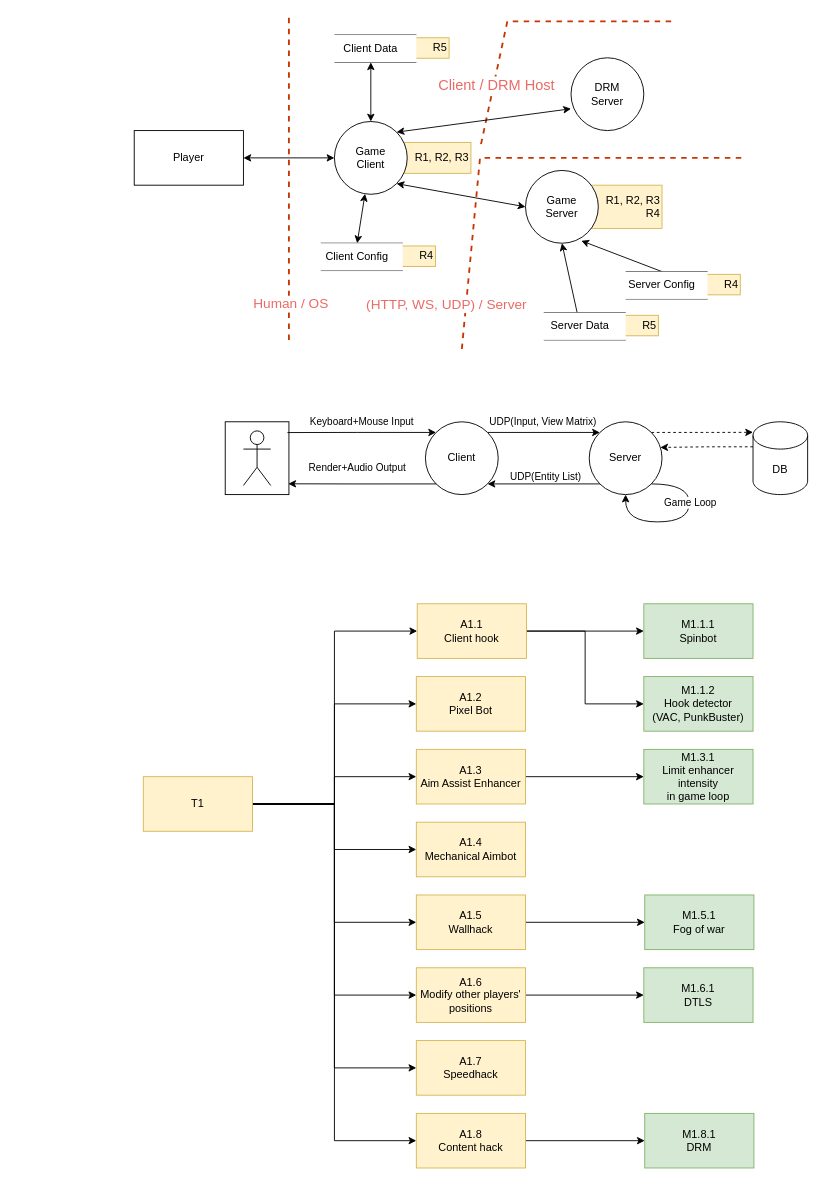
This is fps/diagram.drawio from magley/game-threat-model, a draw.io file, before an edit. Source tidied: cells renumbered, new cells numbered last; positions are measured from the earlier drawing's top-left corner, leaving out a move shared by most shapes. Both pictures are drawn from the tidied source at 91%, with x=0, y=0 at pixel (134, 16).
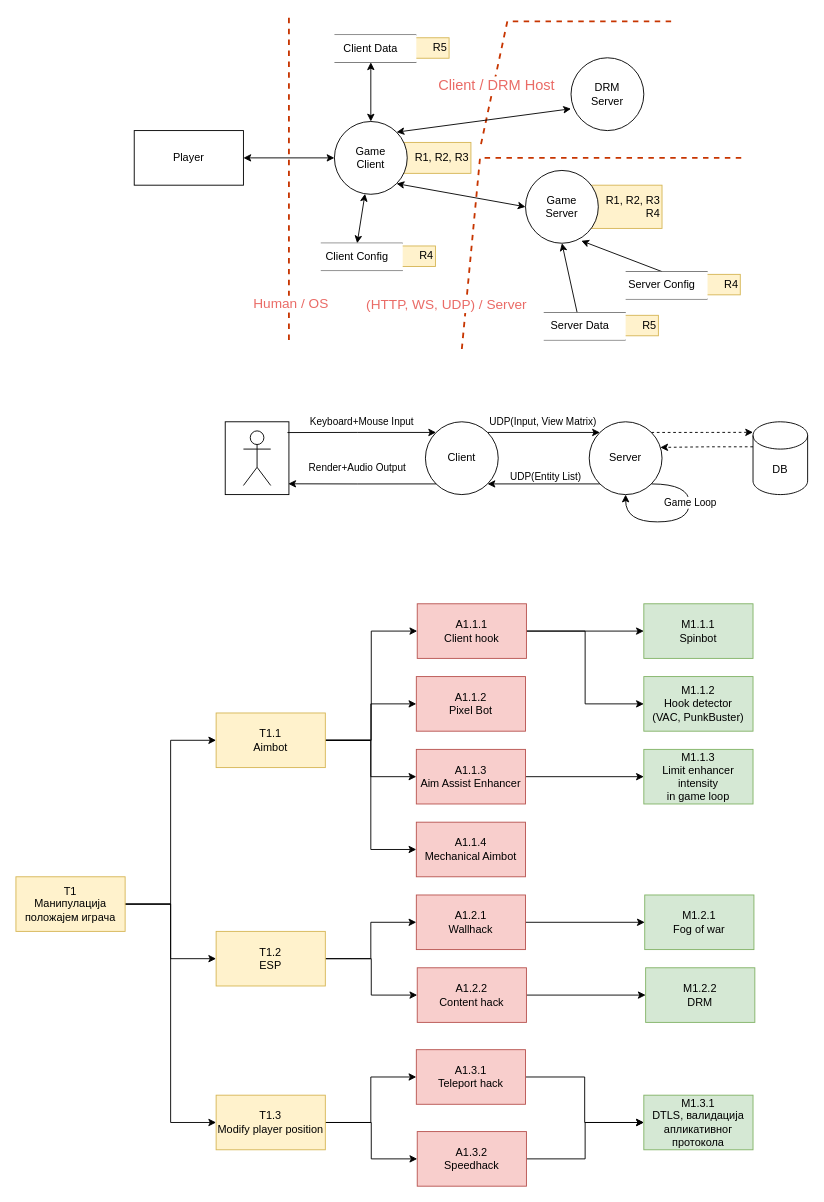
Above is the later version.

Commit message (it also covers changes not shown here):
docs: Додатно разрађено стабло напада

Change to the diagram source:
```diff
@@
-    <mxCell id="54" style="edgeStyle=orthogonalEdgeStyle;rounded=0;jettySize=auto;html=1;entryX=0;entryY=0.5;entryDx=0;entryDy=0;" parent="1" edge="1" source="62" target="67">
-      <mxGeometry relative="1" as="geometry">
-        <Array as="points">
-          <mxPoint x="220" y="865" />
-          <mxPoint x="220" y="675" />
-        </Array>
-      </mxGeometry>
-    </mxCell>
-    <mxCell id="55" style="edgeStyle=orthogonalEdgeStyle;rounded=0;jettySize=auto;html=1;exitX=1;exitY=0.5;exitDx=0;exitDy=0;entryX=0;entryY=0.5;entryDx=0;entryDy=0;" parent="1" edge="1" source="62" target="68">
-      <mxGeometry relative="1" as="geometry" />
-    </mxCell>
-    <mxCell id="56" style="edgeStyle=orthogonalEdgeStyle;rounded=0;jettySize=auto;html=1;exitX=1;exitY=0.5;exitDx=0;exitDy=0;entryX=0;entryY=0.5;entryDx=0;entryDy=0;" parent="1" edge="1" source="62" target="72">
-      <mxGeometry relative="1" as="geometry" />
-    </mxCell>
-    <mxCell id="57" style="edgeStyle=orthogonalEdgeStyle;rounded=0;jettySize=auto;html=1;exitX=1;exitY=0.5;exitDx=0;exitDy=0;entryX=0;entryY=0.5;entryDx=0;entryDy=0;" parent="1" edge="1" source="62" target="73">
-      <mxGeometry relative="1" as="geometry" />
-    </mxCell>
-    <mxCell id="58" style="edgeStyle=orthogonalEdgeStyle;rounded=0;jettySize=auto;html=1;exitX=1;exitY=0.5;exitDx=0;exitDy=0;entryX=0;entryY=0.5;entryDx=0;entryDy=0;" parent="1" edge="1" source="62" target="64">
-      <mxGeometry relative="1" as="geometry" />
-    </mxCell>
-    <mxCell id="59" style="edgeStyle=orthogonalEdgeStyle;rounded=0;jettySize=auto;html=1;exitX=1;exitY=0.5;exitDx=0;exitDy=0;entryX=0;entryY=0.5;entryDx=0;entryDy=0;" parent="1" edge="1" source="62" target="70">
-      <mxGeometry relative="1" as="geometry" />
-    </mxCell>
-    <mxCell id="60" style="edgeStyle=orthogonalEdgeStyle;rounded=0;jettySize=auto;html=1;entryX=0;entryY=0.5;entryDx=0;entryDy=0;" parent="1" edge="1" source="62" target="74">
-      <mxGeometry relative="1" as="geometry" />
-    </mxCell>
-    <mxCell id="61" style="edgeStyle=orthogonalEdgeStyle;rounded=0;jettySize=auto;html=1;exitX=1;exitY=0.5;exitDx=0;exitDy=0;entryX=0;entryY=0.5;entryDx=0;entryDy=0;" parent="1" edge="1" source="62" target="77">
-      <mxGeometry relative="1" as="geometry" />
-    </mxCell>
+    <mxCell id="83" style="edgeStyle=orthogonalEdgeStyle;rounded=0;jettySize=auto;html=1;entryX=0;entryY=0.5;entryDx=0;entryDy=0;" parent="1" edge="1" source="62" target="91">
+      <mxGeometry relative="1" as="geometry" />
+    </mxCell>
+    <mxCell id="84" style="edgeStyle=orthogonalEdgeStyle;rounded=0;jettySize=auto;html=1;exitX=1;exitY=0.5;exitDx=0;exitDy=0;entryX=0;entryY=0.5;entryDx=0;entryDy=0;" parent="1" edge="1" source="62" target="94">
+      <mxGeometry relative="1" as="geometry" />
+    </mxCell>
+    <mxCell id="85" style="edgeStyle=orthogonalEdgeStyle;rounded=0;jettySize=auto;html=1;exitX=1;exitY=0.5;exitDx=0;exitDy=0;entryX=0;entryY=0.5;entryDx=0;entryDy=0;" parent="1" edge="1" source="62" target="97">
+      <mxGeometry relative="1" as="geometry" />
+    </mxCell>
-    <mxCell id="62" value="T1" style="rounded=0;whiteSpace=wrap;html=1;fillColor=#fff2cc;strokeColor=#d6b656;" parent="1" vertex="1">
-      <mxGeometry x="10" y="835" width="120" height="60" as="geometry" />
+    <mxCell id="62" value="T1&lt;div&gt;Манипулација положајем играча&lt;/div&gt;" style="rounded=0;whiteSpace=wrap;html=1;fillColor=#fff2cc;strokeColor=#d6b656;" parent="1" vertex="1">
+      <mxGeometry x="-130" y="945" width="120" height="60" as="geometry" />
     </mxCell>
@@
-    <mxCell id="64" value="A1.5&lt;div&gt;Wallhack&lt;/div&gt;" style="rounded=0;whiteSpace=wrap;html=1;fillColor=#fff2cc;strokeColor=#d6b656;" parent="1" vertex="1">
+    <mxCell id="64" value="A1.2.1&lt;div&gt;Wallhack&lt;/div&gt;" style="rounded=0;whiteSpace=wrap;html=1;fillColor=#f8cecc;strokeColor=#b85450;" parent="1" vertex="1">
       <mxGeometry x="310" y="965" width="120" height="60" as="geometry" />
     </mxCell>
@@
-    <mxCell id="67" value="A1.1&lt;div&gt;Client hook&lt;/div&gt;" style="rounded=0;whiteSpace=wrap;html=1;fillColor=#fff2cc;strokeColor=#d6b656;" parent="1" vertex="1">
+    <mxCell id="67" value="A1.1.1&lt;div&gt;Client hook&lt;/div&gt;" style="rounded=0;whiteSpace=wrap;html=1;fillColor=#f8cecc;strokeColor=#b85450;" parent="1" vertex="1">
       <mxGeometry x="311" y="645" width="120" height="60" as="geometry" />
     </mxCell>
-    <mxCell id="68" value="A1.2&lt;div&gt;Pixel Bot&lt;/div&gt;" style="rounded=0;whiteSpace=wrap;html=1;fillColor=#fff2cc;strokeColor=#d6b656;" parent="1" vertex="1">
+    <mxCell id="68" value="A1.1.2&lt;div&gt;Pixel Bot&lt;/div&gt;" style="rounded=0;whiteSpace=wrap;html=1;fillColor=#f8cecc;strokeColor=#b85450;" parent="1" vertex="1">
       <mxGeometry x="310" y="725" width="120" height="60" as="geometry" />
     </mxCell>
-    <mxCell id="69" style="edgeStyle=orthogonalEdgeStyle;rounded=0;jettySize=auto;html=1;exitX=1;exitY=0.5;exitDx=0;exitDy=0;entryX=0;entryY=0.5;entryDx=0;entryDy=0;" parent="1" edge="1" source="70" target="82">
-      <mxGeometry relative="1" as="geometry" />
-    </mxCell>
-    <mxCell id="70" value="A1.6&lt;div&gt;Modify other players' positions&lt;/div&gt;" style="rounded=0;whiteSpace=wrap;html=1;fillColor=#fff2cc;strokeColor=#d6b656;" parent="1" vertex="1">
-      <mxGeometry x="310" y="1045" width="120" height="60" as="geometry" />
-    </mxCell>
@@
-    <mxCell id="72" value="A1.3&lt;div&gt;Aim Assist Enhancer&lt;/div&gt;" style="rounded=0;whiteSpace=wrap;html=1;fillColor=#fff2cc;strokeColor=#d6b656;" parent="1" vertex="1">
+    <mxCell id="72" value="A1.1.3&lt;div&gt;Aim Assist Enhancer&lt;/div&gt;" style="rounded=0;whiteSpace=wrap;html=1;fillColor=#f8cecc;strokeColor=#b85450;" parent="1" vertex="1">
       <mxGeometry x="310" y="805" width="120" height="60" as="geometry" />
     </mxCell>
-    <mxCell id="73" value="A1.4&lt;div&gt;Mechanical Aimbot&lt;/div&gt;" style="rounded=0;whiteSpace=wrap;html=1;fillColor=#fff2cc;strokeColor=#d6b656;" parent="1" vertex="1">
+    <mxCell id="73" value="A1.1.4&lt;div&gt;Mechanical Aimbot&lt;/div&gt;" style="rounded=0;whiteSpace=wrap;html=1;fillColor=#f8cecc;strokeColor=#b85450;" parent="1" vertex="1">
       <mxGeometry x="310" y="885" width="120" height="60" as="geometry" />
     </mxCell>
+    <mxCell id="86" style="edgeStyle=orthogonalEdgeStyle;rounded=0;jettySize=auto;html=1;exitX=1;exitY=0.5;exitDx=0;exitDy=0;entryX=0;entryY=0.5;entryDx=0;entryDy=0;" parent="1" edge="1" source="74" target="82">
+      <mxGeometry relative="1" as="geometry" />
+    </mxCell>
-    <mxCell id="74" value="A1.7&lt;div&gt;Speedhack&lt;/div&gt;" style="rounded=0;whiteSpace=wrap;html=1;fillColor=#fff2cc;strokeColor=#d6b656;" parent="1" vertex="1">
-      <mxGeometry x="310" y="1125" width="120" height="60" as="geometry" />
+    <mxCell id="74" value="A1.3.2&lt;div&gt;&lt;span style=&quot;background-color: initial;&quot;&gt;Speedhack&lt;/span&gt;&lt;/div&gt;" style="rounded=0;whiteSpace=wrap;html=1;fillColor=#f8cecc;strokeColor=#b85450;" parent="1" vertex="1">
+      <mxGeometry x="311" y="1225" width="120" height="60" as="geometry" />
     </mxCell>
@@
-    <mxCell id="77" value="A1.8&lt;div&gt;Content hack&lt;/div&gt;" style="rounded=0;whiteSpace=wrap;html=1;fillColor=#fff2cc;strokeColor=#d6b656;" parent="1" vertex="1">
-      <mxGeometry x="310" y="1205" width="120" height="60" as="geometry" />
+    <mxCell id="77" value="A1.2.2&lt;div&gt;Content hack&lt;/div&gt;" style="rounded=0;whiteSpace=wrap;html=1;fillColor=#f8cecc;strokeColor=#b85450;" parent="1" vertex="1">
+      <mxGeometry x="311" y="1045" width="120" height="60" as="geometry" />
     </mxCell>
@@
-    <mxCell id="79" value="M1.5.1&lt;div&gt;Fog of war&lt;/div&gt;" style="rounded=0;whiteSpace=wrap;html=1;fillColor=#d5e8d4;strokeColor=#82b366;" parent="1" vertex="1">
+    <mxCell id="79" value="M1.2.1&lt;div&gt;Fog of war&lt;/div&gt;" style="rounded=0;whiteSpace=wrap;html=1;fillColor=#d5e8d4;strokeColor=#82b366;" parent="1" vertex="1">
       <mxGeometry x="561" y="965" width="120" height="60" as="geometry" />
     </mxCell>
-    <mxCell id="80" value="M1.3.1&lt;div&gt;Limit enhancer intensity&lt;/div&gt;&lt;div&gt;in game loop&lt;/div&gt;" style="rounded=0;whiteSpace=wrap;html=1;fillColor=#d5e8d4;strokeColor=#82b366;" parent="1" vertex="1">
+    <mxCell id="80" value="M1.1.3&lt;div&gt;Limit enhancer intensity&lt;/div&gt;&lt;div&gt;in game loop&lt;/div&gt;" style="rounded=0;whiteSpace=wrap;html=1;fillColor=#d5e8d4;strokeColor=#82b366;" parent="1" vertex="1">
       <mxGeometry x="560" y="805" width="120" height="60" as="geometry" />
     </mxCell>
-    <mxCell id="81" value="M1.8.1&lt;div&gt;DRM&lt;/div&gt;" style="rounded=0;whiteSpace=wrap;html=1;fillColor=#d5e8d4;strokeColor=#82b366;" parent="1" vertex="1">
-      <mxGeometry x="561" y="1205" width="120" height="60" as="geometry" />
+    <mxCell id="81" value="M1.2.2&lt;div&gt;DRM&lt;/div&gt;" style="rounded=0;whiteSpace=wrap;html=1;fillColor=#d5e8d4;strokeColor=#82b366;" parent="1" vertex="1">
+      <mxGeometry x="562" y="1045" width="120" height="60" as="geometry" />
     </mxCell>
-    <mxCell id="82" value="M1.6.1&lt;div&gt;DTLS&lt;/div&gt;" style="rounded=0;whiteSpace=wrap;html=1;fillColor=#d5e8d4;strokeColor=#82b366;" parent="1" vertex="1">
-      <mxGeometry x="560" y="1045" width="120" height="60" as="geometry" />
+    <mxCell id="82" value="M1.3.1&lt;div&gt;DTLS, валидација апликативног протокола&lt;/div&gt;" style="rounded=0;whiteSpace=wrap;html=1;fillColor=#d5e8d4;strokeColor=#82b366;" parent="1" vertex="1">
+      <mxGeometry x="560" y="1185" width="120" height="60" as="geometry" />
     </mxCell>
+    <mxCell id="87" style="edgeStyle=orthogonalEdgeStyle;rounded=0;jettySize=auto;html=1;entryX=0;entryY=0.5;entryDx=0;entryDy=0;" parent="1" edge="1" source="91" target="67">
+      <mxGeometry relative="1" as="geometry" />
+    </mxCell>
+    <mxCell id="88" style="edgeStyle=orthogonalEdgeStyle;rounded=0;jettySize=auto;html=1;entryX=0;entryY=0.5;entryDx=0;entryDy=0;" parent="1" edge="1" source="91" target="68">
+      <mxGeometry relative="1" as="geometry" />
+    </mxCell>
+    <mxCell id="89" style="edgeStyle=orthogonalEdgeStyle;rounded=0;jettySize=auto;html=1;entryX=0;entryY=0.5;entryDx=0;entryDy=0;" parent="1" edge="1" source="91" target="72">
+      <mxGeometry relative="1" as="geometry" />
+    </mxCell>
+    <mxCell id="90" style="edgeStyle=orthogonalEdgeStyle;rounded=0;jettySize=auto;html=1;exitX=1;exitY=0.5;exitDx=0;exitDy=0;entryX=0;entryY=0.5;entryDx=0;entryDy=0;" parent="1" edge="1" source="91" target="73">
+      <mxGeometry relative="1" as="geometry" />
+    </mxCell>
+    <mxCell id="91" value="T1.1&lt;div&gt;Aimbot&lt;/div&gt;" style="rounded=0;whiteSpace=wrap;html=1;fillColor=#fff2cc;strokeColor=#d6b656;" parent="1" vertex="1">
+      <mxGeometry x="90" y="765" width="120" height="60" as="geometry" />
+    </mxCell>
+    <mxCell id="92" style="edgeStyle=orthogonalEdgeStyle;rounded=0;jettySize=auto;html=1;entryX=0;entryY=0.5;entryDx=0;entryDy=0;" parent="1" edge="1" source="94" target="64">
+      <mxGeometry relative="1" as="geometry" />
+    </mxCell>
+    <mxCell id="93" style="edgeStyle=orthogonalEdgeStyle;rounded=0;jettySize=auto;html=1;exitX=1;exitY=0.5;exitDx=0;exitDy=0;entryX=0;entryY=0.5;entryDx=0;entryDy=0;" parent="1" edge="1" source="94" target="77">
+      <mxGeometry relative="1" as="geometry" />
+    </mxCell>
+    <mxCell id="94" value="T1.2&lt;div&gt;ESP&lt;/div&gt;" style="rounded=0;whiteSpace=wrap;html=1;fillColor=#fff2cc;strokeColor=#d6b656;" parent="1" vertex="1">
+      <mxGeometry x="90" y="1005" width="120" height="60" as="geometry" />
+    </mxCell>
+    <mxCell id="95" style="edgeStyle=orthogonalEdgeStyle;rounded=0;jettySize=auto;html=1;entryX=0;entryY=0.5;entryDx=0;entryDy=0;" parent="1" edge="1" source="97" target="99">
+      <mxGeometry relative="1" as="geometry" />
+    </mxCell>
+    <mxCell id="96" style="edgeStyle=orthogonalEdgeStyle;rounded=0;jettySize=auto;html=1;entryX=0;entryY=0.5;entryDx=0;entryDy=0;" parent="1" edge="1" source="97" target="74">
+      <mxGeometry relative="1" as="geometry" />
+    </mxCell>
+    <mxCell id="97" value="T1.3&lt;div&gt;Modify player position&lt;/div&gt;" style="rounded=0;whiteSpace=wrap;html=1;fillColor=#fff2cc;strokeColor=#d6b656;" parent="1" vertex="1">
+      <mxGeometry x="90" y="1185" width="120" height="60" as="geometry" />
+    </mxCell>
+    <mxCell id="98" style="edgeStyle=orthogonalEdgeStyle;rounded=0;jettySize=auto;html=1;exitX=1;exitY=0.5;exitDx=0;exitDy=0;entryX=0;entryY=0.5;entryDx=0;entryDy=0;" parent="1" edge="1" source="99" target="82">
+      <mxGeometry relative="1" as="geometry" />
+    </mxCell>
+    <mxCell id="99" value="A1.3.1&lt;div&gt;&lt;span style=&quot;background-color: initial;&quot;&gt;Teleport hack&lt;/span&gt;&lt;/div&gt;" style="rounded=0;whiteSpace=wrap;html=1;fillColor=#f8cecc;strokeColor=#b85450;" parent="1" vertex="1">
+      <mxGeometry x="310" y="1135" width="120" height="60" as="geometry" />
+    </mxCell>
```
